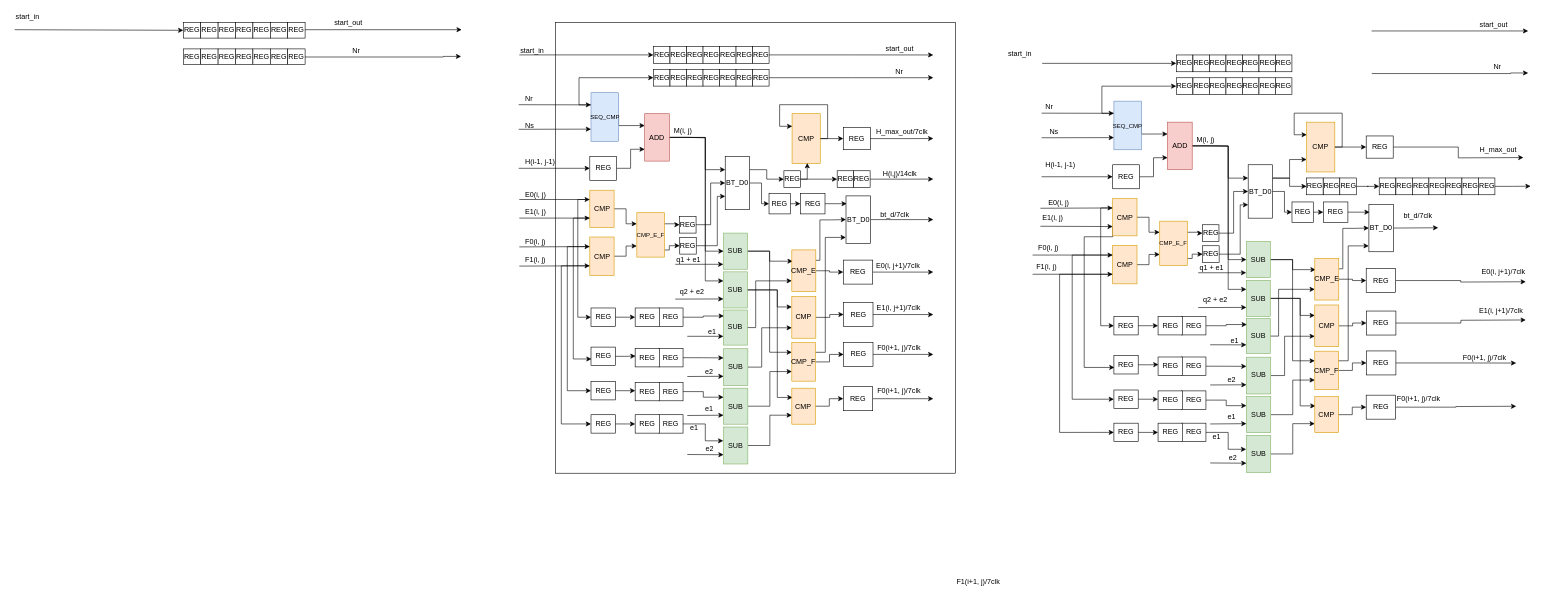
Before: page "PE0" (8 of 8) of FPGA_output.drawio in muguang123/drwaio, a draw.io diagram. Source tidied: cells renumbered, new cells numbered last; positions are measured from the earlier drawing's top-left corner, leaving out a move shared by most shapes. Both pictures are drawn from the tidied source at 60%, with x=0, y=0 at pixel (14, 10).
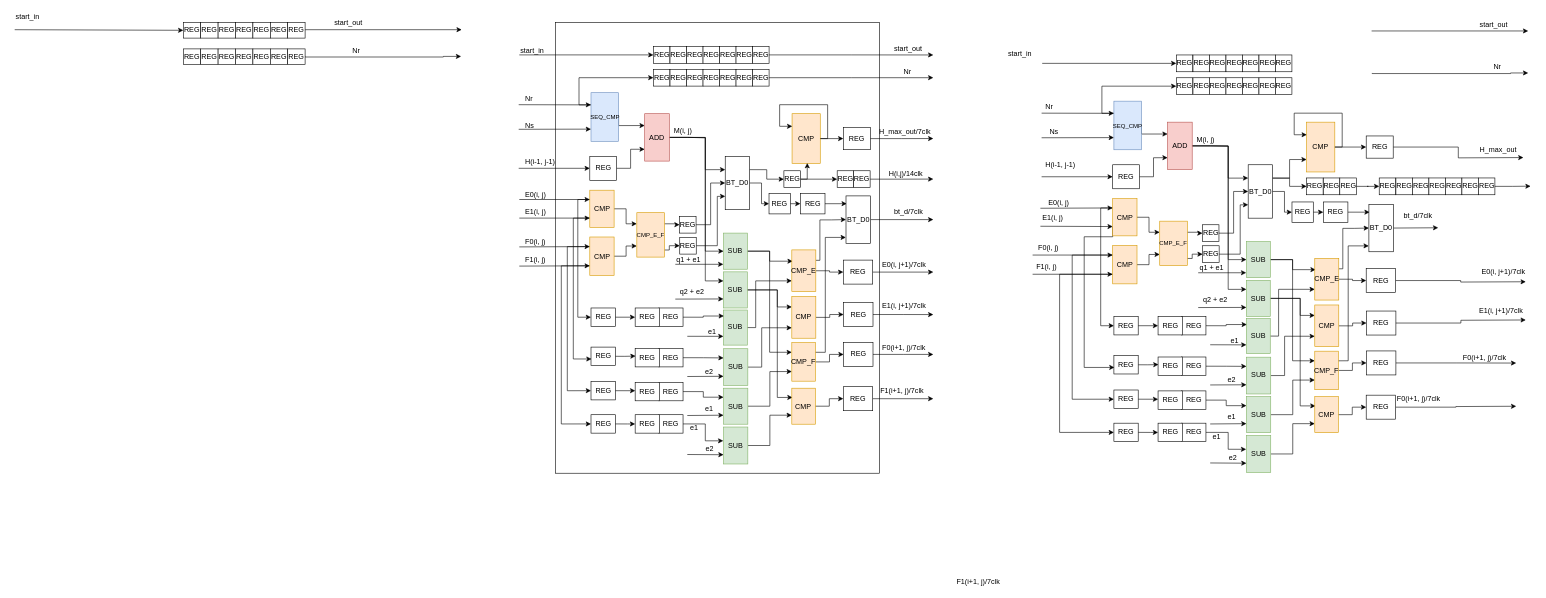
After the change.

What changed in the source:
```diff
@@
     <mxCell id="46" value="E0(i, j+1)/7clk" style="text;html=1;align=left;verticalAlign=top;spacingTop=-4;" parent="1" vertex="1">
-      <mxGeometry x="1433.5" y="416" width="90" height="20" as="geometry" />
+      <mxGeometry x="1443.5" y="413.6" width="90" height="20" as="geometry" />
     </mxCell>
@@
     <mxCell id="58" value="F0(i+1, j)/7clk" style="text;html=1;align=left;verticalAlign=top;spacingTop=-4;" parent="1" vertex="1">
-      <mxGeometry x="1435.5" y="551.9" width="90" height="20" as="geometry" />
+      <mxGeometry x="1443.5" y="551.9" width="90" height="20" as="geometry" />
     </mxCell>
@@
     <mxCell id="81" value="bt_d/7clk" style="text;html=1;align=left;verticalAlign=top;spacingTop=-4;" parent="1" vertex="1">
-      <mxGeometry x="1440.5" y="330.6" width="60" height="20" as="geometry" />
+      <mxGeometry x="1463.5" y="326.1" width="60" height="20" as="geometry" />
     </mxCell>
@@
     <mxCell id="84" value="Nr" style="text;html=1;align=left;verticalAlign=top;spacingTop=-4;" parent="1" vertex="1">
-      <mxGeometry x="1465.5" y="92.1" width="30" height="20" as="geometry" />
+      <mxGeometry x="1480" y="92.1" width="30" height="20" as="geometry" />
     </mxCell>
@@
     <mxCell id="88" value="start_out" style="text;html=1;align=left;verticalAlign=top;spacingTop=-4;" parent="1" vertex="1">
-      <mxGeometry x="1450" y="54.1" width="60" height="20" as="geometry" />
+      <mxGeometry x="1463.5" y="54.1" width="60" height="20" as="geometry" />
     </mxCell>
@@
     <mxCell id="94" value="H_max_out/7clk" style="text;html=1;align=left;verticalAlign=top;spacingTop=-4;" parent="1" vertex="1">
-      <mxGeometry x="1433.5" y="193.1" width="100" height="10" as="geometry" />
+      <mxGeometry x="1438.5" y="193.1" width="100" height="10" as="geometry" />
     </mxCell>
@@
     <mxCell id="100" value="E1(i, j+1)/7clk" style="text;html=1;align=left;verticalAlign=top;spacingTop=-4;" parent="1" vertex="1">
-      <mxGeometry x="1435" y="484.5" width="90" height="20" as="geometry" />
+      <mxGeometry x="1443.5" y="482.6" width="90" height="20" as="geometry" />
     </mxCell>
@@
-    <mxCell id="168" value="F0(i+1, j)/7clk" style="text;html=1;align=left;verticalAlign=top;spacingTop=-4;" parent="1" vertex="1">
-      <mxGeometry x="1435.5" y="623.7" width="90" height="20" as="geometry" />
+    <mxCell id="168" value="F1(i+1, j)/7clk" style="text;html=1;align=left;verticalAlign=top;spacingTop=-4;" parent="1" vertex="1">
+      <mxGeometry x="1441" y="623.7" width="90" height="10" as="geometry" />
     </mxCell>
@@
     <mxCell id="330" value="H(i,j)/14clk" style="text;html=1;align=center;verticalAlign=middle;" parent="1" vertex="1">
-      <mxGeometry x="1440" y="263" width="70" height="20" as="geometry" />
+      <mxGeometry x="1450" y="263" width="70" height="20" as="geometry" />
     </mxCell>
     <mxCell id="331" style="rounded=0;whiteSpace=wrap;html=1;fillColor=none;" parent="1" vertex="1">
-      <mxGeometry x="901" y="20" width="667" height="751.2" as="geometry" />
+      <mxGeometry x="901" y="20" width="540" height="751.2" as="geometry" />
     </mxCell>
```
